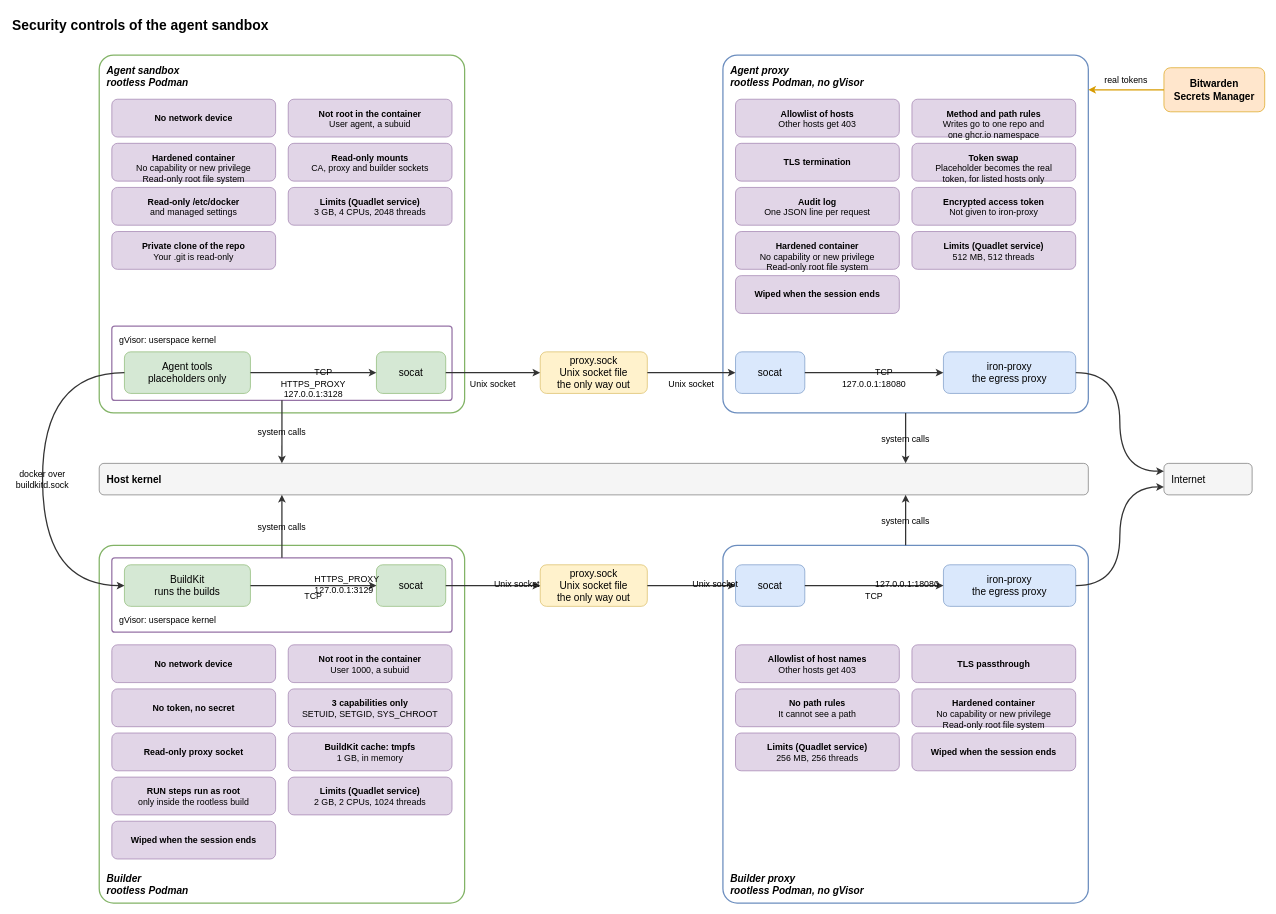
Before: .sandbox/docs/diagrams/security-controls.drawio in raghav19/engineersdaybook, a draw.io diagram. Source tidied: cells renumbered, new cells numbered last; positions are measured from the earlier drawing's top-left corner, leaving out a move shared by most shapes. Both pictures are drawn from the tidied source at 63%, with x=0, y=0 at pixel (11, 11).
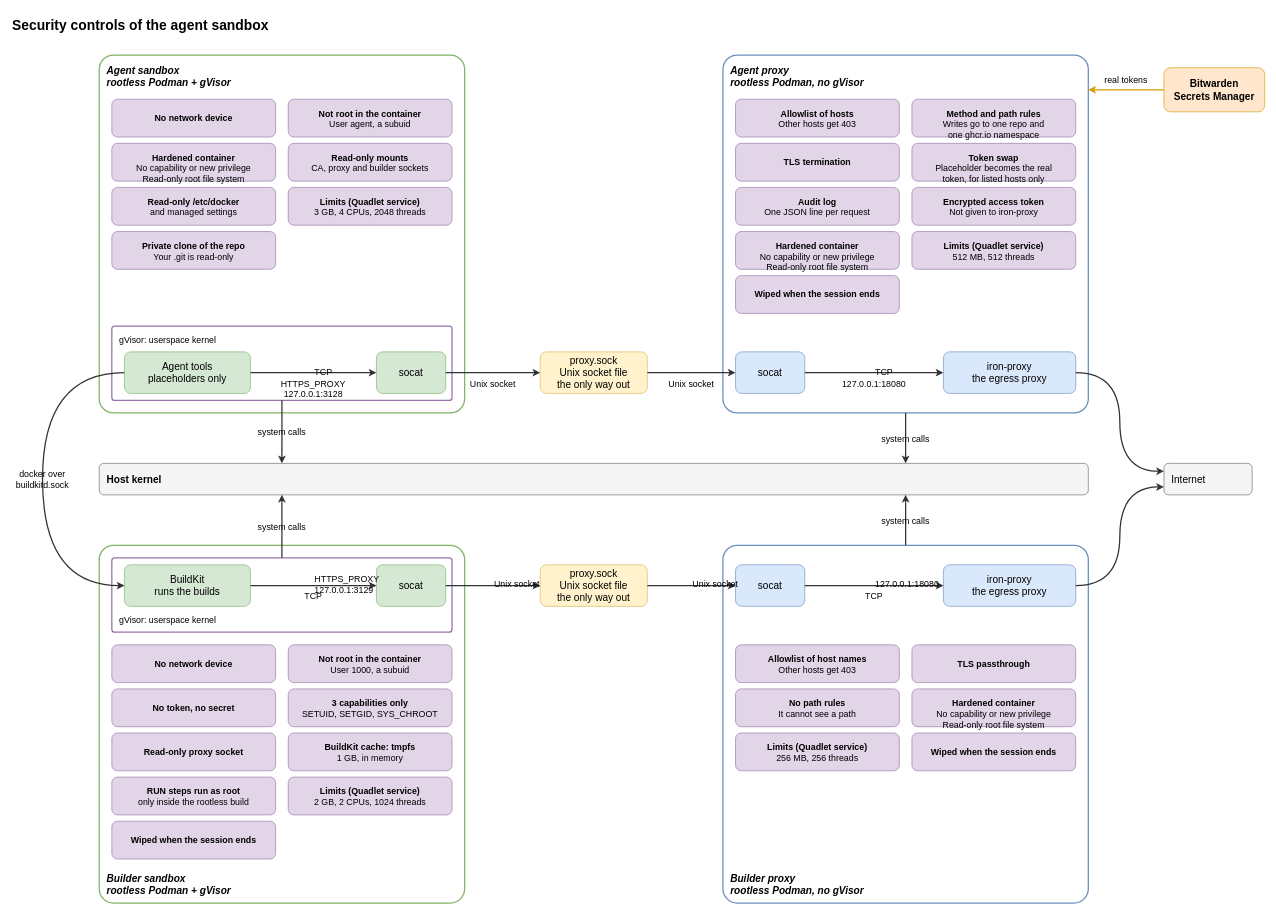
The same page after the edit.

Commit message (it also covers changes not shown here):
sandbox: say rootless Podman + gVisor in both sandbox titles of the controls diagram

The edit, as a diff of the source:
```diff
@@
-    <mxCell id="24" value="Agent sandbox&#10;rootless Podman" style="rounded=1;arcSize=4;whiteSpace=wrap;html=0;fontSize=16;fillColor=#ffffff;strokeColor=#82b366;strokeWidth=2;align=left;spacingLeft=10;fontStyle=3;verticalAlign=top;spacingTop=8;" parent="1" vertex="1">
+    <mxCell id="24" value="Agent sandbox&#10;rootless Podman + gVisor" style="rounded=1;arcSize=4;whiteSpace=wrap;html=0;fontSize=16;fillColor=#ffffff;strokeColor=#82b366;strokeWidth=2;align=left;spacingLeft=10;fontStyle=3;verticalAlign=top;spacingTop=8;" parent="1" vertex="1">
       <mxGeometry x="140" y="70" width="580" height="568" as="geometry" />
     </mxCell>
@@
-    <mxCell id="35" value="Builder&#10;rootless Podman" style="rounded=1;arcSize=4;whiteSpace=wrap;html=0;fontSize=16;fillColor=#ffffff;strokeColor=#82b366;strokeWidth=2;align=left;spacingLeft=10;fontStyle=3;verticalAlign=bottom;spacingBottom=8;" parent="1" vertex="1">
+    <mxCell id="35" value="Builder sandbox&#10;rootless Podman + gVisor" style="rounded=1;arcSize=4;whiteSpace=wrap;html=0;fontSize=16;fillColor=#ffffff;strokeColor=#82b366;strokeWidth=2;align=left;spacingLeft=10;fontStyle=3;verticalAlign=bottom;spacingBottom=8;" parent="1" vertex="1">
       <mxGeometry x="140" y="848" width="580" height="568" as="geometry" />
     </mxCell>
```
